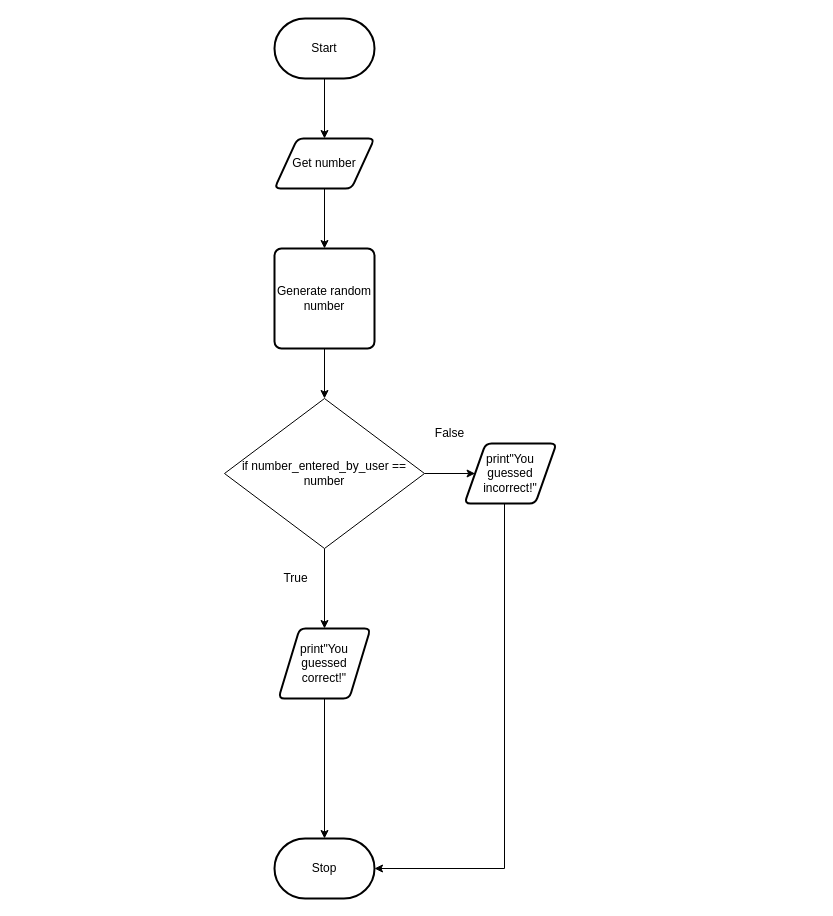
The draw.io diagram flowchart.drawio in michael-clermont1/ICS3U-Unit4-04-Python, before the edit. Source tidied: cells renumbered, new cells numbered last; positions are measured from the earlier drawing's top-left corner, leaving out a move shared by most shapes. Both pictures are drawn from the tidied source at 100%, with x=0, y=0 at pixel (224, 18).
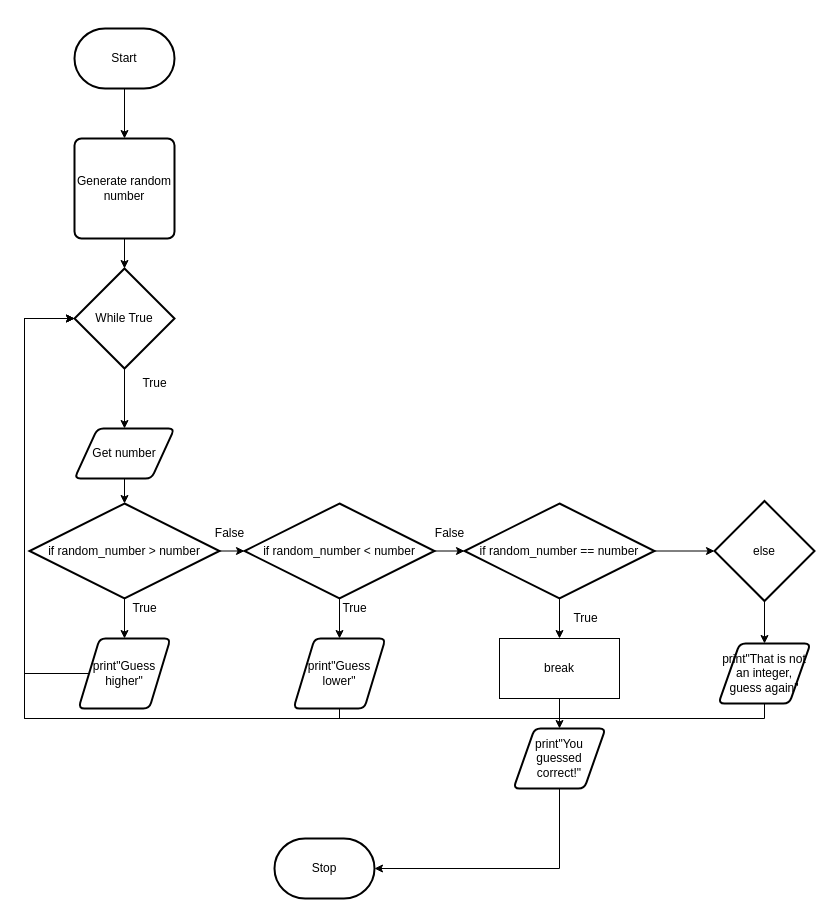
Above is the later version.

Unchanged cells that the change refers to:
```xml
<mxCell id="6" value="Stop" style="strokeWidth=2;html=1;shape=mxgraph.flowchart.terminator;whiteSpace=wrap;" parent="1" vertex="1">
  <mxGeometry x="50" y="820" width="100" height="60" as="geometry" />
</mxCell>
```

What changed in the source:
```diff
@@
-    <mxCell id="2" style="edgeStyle=orthogonalEdgeStyle;rounded=0;html=1;exitX=0.5;exitY=1;exitDx=0;exitDy=0;entryX=0.5;entryY=0;entryDx=0;entryDy=0;" parent="1" edge="1" source="3" target="17">
-      <mxGeometry relative="1" as="geometry" />
-    </mxCell>
+    <mxCell id="18" style="edgeStyle=orthogonalEdgeStyle;rounded=0;html=1;entryX=0.5;entryY=0;entryDx=0;entryDy=0;entryPerimeter=0;" parent="1" edge="1" source="3" target="26">
+      <mxGeometry relative="1" as="geometry" />
+    </mxCell>
     <mxCell id="3" value="Get number" style="shape=parallelogram;html=1;strokeWidth=2;perimeter=parallelogramPerimeter;whiteSpace=wrap;rounded=1;arcSize=12;size=0.23;" parent="1" vertex="1">
-      <mxGeometry x="50" y="120" width="100" height="50" as="geometry" />
+      <mxGeometry x="-150" y="410" width="100" height="50" as="geometry" />
     </mxCell>
-    <mxCell id="4" style="edgeStyle=orthogonalEdgeStyle;rounded=0;html=1;entryX=0.5;entryY=0;entryDx=0;entryDy=0;" parent="1" edge="1" source="5" target="3">
-      <mxGeometry relative="1" as="geometry" />
-    </mxCell>
+    <mxCell id="19" style="edgeStyle=orthogonalEdgeStyle;rounded=0;html=1;entryX=0.5;entryY=0;entryDx=0;entryDy=0;" parent="1" edge="1" source="5" target="17">
+      <mxGeometry relative="1" as="geometry" />
+    </mxCell>
     <mxCell id="5" value="Start" style="strokeWidth=2;html=1;shape=mxgraph.flowchart.terminator;whiteSpace=wrap;" parent="1" vertex="1">
-      <mxGeometry x="50" width="100" height="60" as="geometry" />
+      <mxGeometry x="-150" y="10" width="100" height="60" as="geometry" />
     </mxCell>
@@
-    <mxCell id="7" style="edgeStyle=orthogonalEdgeStyle;rounded=0;html=1;entryX=0.5;entryY=0;entryDx=0;entryDy=0;entryPerimeter=0;" parent="1" edge="1" source="8" target="6">
-      <mxGeometry relative="1" as="geometry" />
-    </mxCell>
+    <mxCell id="20" style="edgeStyle=orthogonalEdgeStyle;rounded=0;html=1;entryX=0;entryY=0.5;entryDx=0;entryDy=0;entryPerimeter=0;" parent="1" edge="1" source="8" target="23">
+      <mxGeometry relative="1" as="geometry">
+        <Array as="points">
+          <mxPoint x="-200" y="655" />
+          <mxPoint x="-200" y="300" />
+        </Array>
+      </mxGeometry>
+    </mxCell>
-    <mxCell id="8" value="print&quot;You guessed correct!&quot;" style="shape=parallelogram;html=1;strokeWidth=2;perimeter=parallelogramPerimeter;whiteSpace=wrap;rounded=1;arcSize=12;size=0.23;" parent="1" vertex="1">
-      <mxGeometry x="54" y="610" width="92" height="70" as="geometry" />
+    <mxCell id="8" value="print&quot;Guess higher&quot;" style="shape=parallelogram;html=1;strokeWidth=2;perimeter=parallelogramPerimeter;whiteSpace=wrap;rounded=1;arcSize=12;size=0.23;" parent="1" vertex="1">
+      <mxGeometry x="-146" y="620" width="92" height="70" as="geometry" />
     </mxCell>
-    <mxCell id="9" style="edgeStyle=orthogonalEdgeStyle;rounded=0;html=1;entryX=1;entryY=0.5;entryDx=0;entryDy=0;entryPerimeter=0;" parent="1" edge="1" source="10" target="6">
-      <mxGeometry relative="1" as="geometry">
-        <Array as="points">
-          <mxPoint x="280" y="850" />
-        </Array>
-      </mxGeometry>
-    </mxCell>
-    <mxCell id="10" value="print&quot;You guessed incorrect!&quot;" style="shape=parallelogram;html=1;strokeWidth=2;perimeter=parallelogramPerimeter;whiteSpace=wrap;rounded=1;arcSize=12;size=0.23;" parent="1" vertex="1">
-      <mxGeometry x="240" y="425" width="92" height="60" as="geometry" />
-    </mxCell>
-    <mxCell id="11" style="edgeStyle=none;html=1;entryX=0.5;entryY=0;entryDx=0;entryDy=0;" parent="1" edge="1" source="13" target="8">
-      <mxGeometry relative="1" as="geometry" />
-    </mxCell>
-    <mxCell id="12" style="edgeStyle=orthogonalEdgeStyle;html=1;entryX=0;entryY=0.5;entryDx=0;entryDy=0;" parent="1" edge="1" source="13" target="10">
-      <mxGeometry relative="1" as="geometry" />
-    </mxCell>
-    <mxCell id="13" value="&lt;span&gt;if number_entered_by_user == number&lt;/span&gt;" style="rhombus;whiteSpace=wrap;html=1;" parent="1" vertex="1">
-      <mxGeometry y="380" width="200" height="150" as="geometry" />
-    </mxCell>
-    <mxCell id="14" value="False" style="text;html=1;align=center;verticalAlign=middle;fillColor=none;strokeColor=none;rounded=0;" parent="1" vertex="1">
-      <mxGeometry x="200" y="405" width="50" height="20" as="geometry" />
-    </mxCell>
-    <mxCell id="15" value="True" style="text;html=1;align=center;verticalAlign=middle;fillColor=none;strokeColor=none;rounded=0;" parent="1" vertex="1">
-      <mxGeometry x="51" y="550" width="40" height="20" as="geometry" />
-    </mxCell>
-    <mxCell id="16" style="edgeStyle=orthogonalEdgeStyle;rounded=0;html=1;entryX=0.5;entryY=0;entryDx=0;entryDy=0;" parent="1" edge="1" source="17" target="13">
-      <mxGeometry relative="1" as="geometry" />
-    </mxCell>
+    <mxCell id="21" style="edgeStyle=orthogonalEdgeStyle;rounded=0;html=1;entryX=0.5;entryY=0;entryDx=0;entryDy=0;entryPerimeter=0;" parent="1" edge="1" source="17" target="23">
+      <mxGeometry relative="1" as="geometry" />
+    </mxCell>
     <mxCell id="17" value="Generate random number" style="rounded=1;whiteSpace=wrap;html=1;absoluteArcSize=1;arcSize=14;strokeWidth=2;" parent="1" vertex="1">
-      <mxGeometry x="50" y="230" width="100" height="100" as="geometry" />
+      <mxGeometry x="-150" y="120" width="100" height="100" as="geometry" />
     </mxCell>
+    <mxCell id="22" style="edgeStyle=orthogonalEdgeStyle;rounded=0;html=1;entryX=0.5;entryY=0;entryDx=0;entryDy=0;" parent="1" edge="1" source="23" target="3">
+      <mxGeometry relative="1" as="geometry" />
+    </mxCell>
+    <mxCell id="23" value="While True" style="strokeWidth=2;html=1;shape=mxgraph.flowchart.decision;whiteSpace=wrap;" parent="1" vertex="1">
+      <mxGeometry x="-150" y="250" width="100" height="100" as="geometry" />
+    </mxCell>
+    <mxCell id="24" style="edgeStyle=orthogonalEdgeStyle;rounded=0;html=1;entryX=0.5;entryY=0;entryDx=0;entryDy=0;" parent="1" edge="1" source="26" target="8">
+      <mxGeometry relative="1" as="geometry" />
+    </mxCell>
+    <mxCell id="25" style="edgeStyle=orthogonalEdgeStyle;rounded=0;html=1;exitX=1;exitY=0.5;exitDx=0;exitDy=0;exitPerimeter=0;entryX=0;entryY=0.5;entryDx=0;entryDy=0;entryPerimeter=0;" parent="1" edge="1" source="26" target="29">
+      <mxGeometry relative="1" as="geometry" />
+    </mxCell>
+    <mxCell id="26" value="if random_number &amp;gt; number" style="strokeWidth=2;html=1;shape=mxgraph.flowchart.decision;whiteSpace=wrap;" parent="1" vertex="1">
+      <mxGeometry x="-195" y="485" width="190" height="95" as="geometry" />
+    </mxCell>
+    <mxCell id="27" style="edgeStyle=orthogonalEdgeStyle;rounded=0;html=1;entryX=0.5;entryY=0;entryDx=0;entryDy=0;" parent="1" edge="1" source="29" target="31">
+      <mxGeometry relative="1" as="geometry" />
+    </mxCell>
+    <mxCell id="28" style="edgeStyle=orthogonalEdgeStyle;rounded=0;html=1;entryX=0;entryY=0.5;entryDx=0;entryDy=0;entryPerimeter=0;" parent="1" edge="1" source="29" target="37">
+      <mxGeometry relative="1" as="geometry" />
+    </mxCell>
+    <mxCell id="29" value="if random_number &amp;lt; number" style="strokeWidth=2;html=1;shape=mxgraph.flowchart.decision;whiteSpace=wrap;" parent="1" vertex="1">
+      <mxGeometry x="20" y="485" width="190" height="95" as="geometry" />
+    </mxCell>
+    <mxCell id="30" style="edgeStyle=orthogonalEdgeStyle;rounded=0;html=1;entryX=0;entryY=0.5;entryDx=0;entryDy=0;entryPerimeter=0;" parent="1" edge="1" source="31" target="23">
+      <mxGeometry relative="1" as="geometry">
+        <Array as="points">
+          <mxPoint x="115" y="700" />
+          <mxPoint x="-200" y="700" />
+          <mxPoint x="-200" y="300" />
+        </Array>
+      </mxGeometry>
+    </mxCell>
+    <mxCell id="31" value="print&quot;Guess lower&quot;" style="shape=parallelogram;html=1;strokeWidth=2;perimeter=parallelogramPerimeter;whiteSpace=wrap;rounded=1;arcSize=12;size=0.23;" parent="1" vertex="1">
+      <mxGeometry x="69" y="620" width="92" height="70" as="geometry" />
+    </mxCell>
+    <mxCell id="32" value="True" style="text;html=1;align=center;verticalAlign=middle;fillColor=none;strokeColor=none;rounded=0;" parent="1" vertex="1">
+      <mxGeometry x="110" y="580" width="40" height="20" as="geometry" />
+    </mxCell>
+    <mxCell id="33" value="True" style="text;html=1;align=center;verticalAlign=middle;fillColor=none;strokeColor=none;rounded=0;" parent="1" vertex="1">
+      <mxGeometry x="-90" y="355" width="40" height="20" as="geometry" />
+    </mxCell>
+    <mxCell id="34" value="False" style="text;html=1;align=center;verticalAlign=middle;fillColor=none;strokeColor=none;rounded=0;" parent="1" vertex="1">
+      <mxGeometry x="-20" y="505" width="50" height="20" as="geometry" />
+    </mxCell>
+    <mxCell id="35" style="edgeStyle=orthogonalEdgeStyle;rounded=0;html=1;entryX=0.5;entryY=0;entryDx=0;entryDy=0;" parent="1" edge="1" source="37" target="44">
+      <mxGeometry relative="1" as="geometry" />
+    </mxCell>
+    <mxCell id="36" style="edgeStyle=orthogonalEdgeStyle;rounded=0;html=1;entryX=0;entryY=0.5;entryDx=0;entryDy=0;entryPerimeter=0;" parent="1" edge="1" source="37" target="46">
+      <mxGeometry relative="1" as="geometry" />
+    </mxCell>
+    <mxCell id="37" value="if random_number == number" style="strokeWidth=2;html=1;shape=mxgraph.flowchart.decision;whiteSpace=wrap;" parent="1" vertex="1">
+      <mxGeometry x="240" y="485" width="190" height="95" as="geometry" />
+    </mxCell>
+    <mxCell id="38" value="True" style="text;html=1;align=center;verticalAlign=middle;fillColor=none;strokeColor=none;rounded=0;" parent="1" vertex="1">
+      <mxGeometry x="-100" y="580" width="40" height="20" as="geometry" />
+    </mxCell>
+    <mxCell id="39" style="edgeStyle=orthogonalEdgeStyle;rounded=0;html=1;entryX=1;entryY=0.5;entryDx=0;entryDy=0;entryPerimeter=0;" parent="1" edge="1" source="40" target="6">
+      <mxGeometry relative="1" as="geometry">
+        <Array as="points">
+          <mxPoint x="335" y="850" />
+        </Array>
+      </mxGeometry>
+    </mxCell>
+    <mxCell id="40" value="print&quot;You guessed correct!&quot;" style="shape=parallelogram;html=1;strokeWidth=2;perimeter=parallelogramPerimeter;whiteSpace=wrap;rounded=1;arcSize=12;size=0.23;" parent="1" vertex="1">
+      <mxGeometry x="289" y="710" width="92" height="60" as="geometry" />
+    </mxCell>
+    <mxCell id="41" value="False" style="text;html=1;align=center;verticalAlign=middle;fillColor=none;strokeColor=none;rounded=0;" parent="1" vertex="1">
+      <mxGeometry x="200" y="505" width="50" height="20" as="geometry" />
+    </mxCell>
+    <mxCell id="42" value="True" style="text;html=1;align=center;verticalAlign=middle;fillColor=none;strokeColor=none;rounded=0;" parent="1" vertex="1">
+      <mxGeometry x="341" y="590" width="40" height="20" as="geometry" />
+    </mxCell>
+    <mxCell id="43" style="edgeStyle=orthogonalEdgeStyle;rounded=0;html=1;entryX=0.5;entryY=0;entryDx=0;entryDy=0;" parent="1" edge="1" source="44" target="40">
+      <mxGeometry relative="1" as="geometry" />
+    </mxCell>
+    <mxCell id="44" value="break" style="rounded=0;whiteSpace=wrap;html=1;" parent="1" vertex="1">
+      <mxGeometry x="275" y="620" width="120" height="60" as="geometry" />
+    </mxCell>
+    <mxCell id="45" style="edgeStyle=orthogonalEdgeStyle;rounded=0;html=1;entryX=0.5;entryY=0;entryDx=0;entryDy=0;" parent="1" edge="1" source="46" target="48">
+      <mxGeometry relative="1" as="geometry" />
+    </mxCell>
+    <mxCell id="46" value="else" style="strokeWidth=2;html=1;shape=mxgraph.flowchart.decision;whiteSpace=wrap;" parent="1" vertex="1">
+      <mxGeometry x="490" y="482.5" width="100" height="100" as="geometry" />
+    </mxCell>
+    <mxCell id="47" style="edgeStyle=orthogonalEdgeStyle;rounded=0;html=1;entryX=0;entryY=0.5;entryDx=0;entryDy=0;entryPerimeter=0;" parent="1" edge="1" source="48" target="23">
+      <mxGeometry relative="1" as="geometry">
+        <Array as="points">
+          <mxPoint x="540" y="700" />
+          <mxPoint x="-200" y="700" />
+          <mxPoint x="-200" y="300" />
+        </Array>
+      </mxGeometry>
+    </mxCell>
+    <mxCell id="48" value="print&quot;That is not an integer, guess again&quot;" style="shape=parallelogram;html=1;strokeWidth=2;perimeter=parallelogramPerimeter;whiteSpace=wrap;rounded=1;arcSize=12;size=0.23;" parent="1" vertex="1">
+      <mxGeometry x="494" y="625" width="92" height="60" as="geometry" />
+    </mxCell>
```
